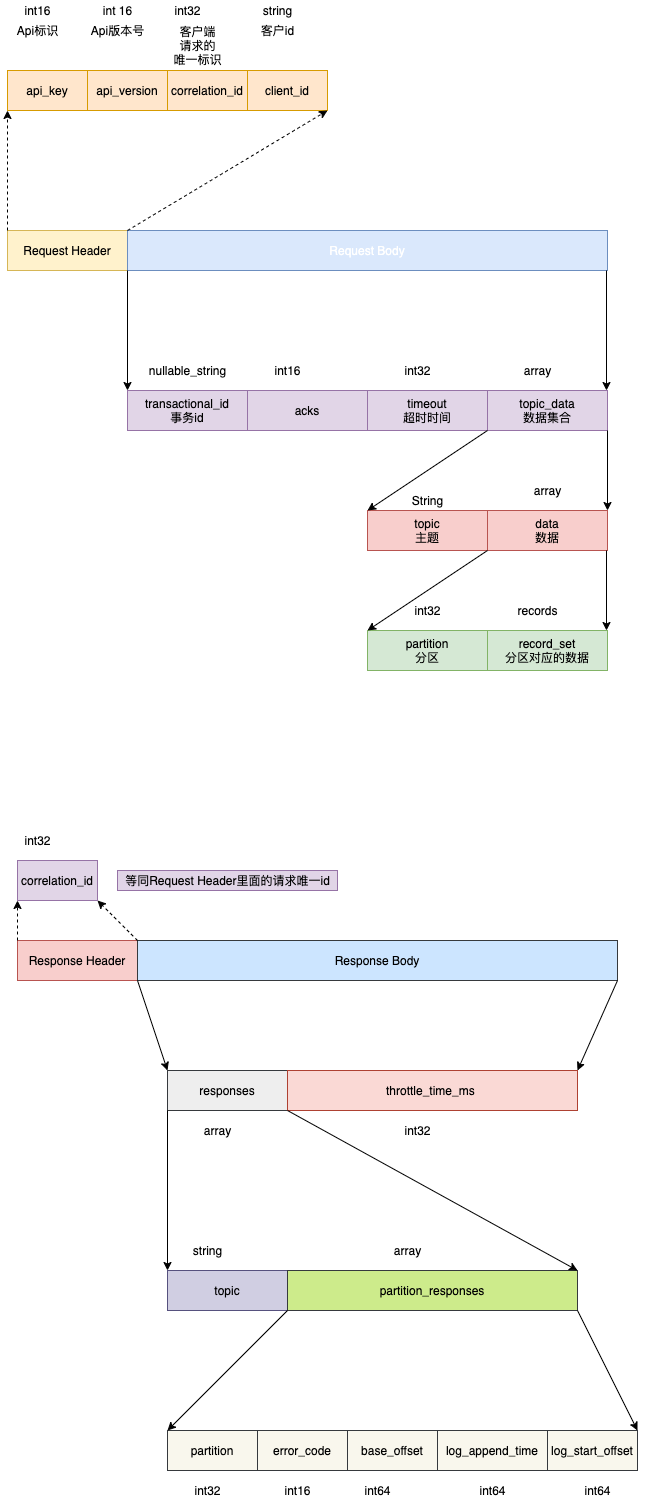
sivanbil/architecthure-diagram keeps this draw.io diagram as kafka/protocol/Request-Response-body-struct.png. Above is the earlier version. Source tidied: cells renumbered, new cells last; positions are measured from the earlier drawing's top-left corner, leaving out a move shared by most shapes.
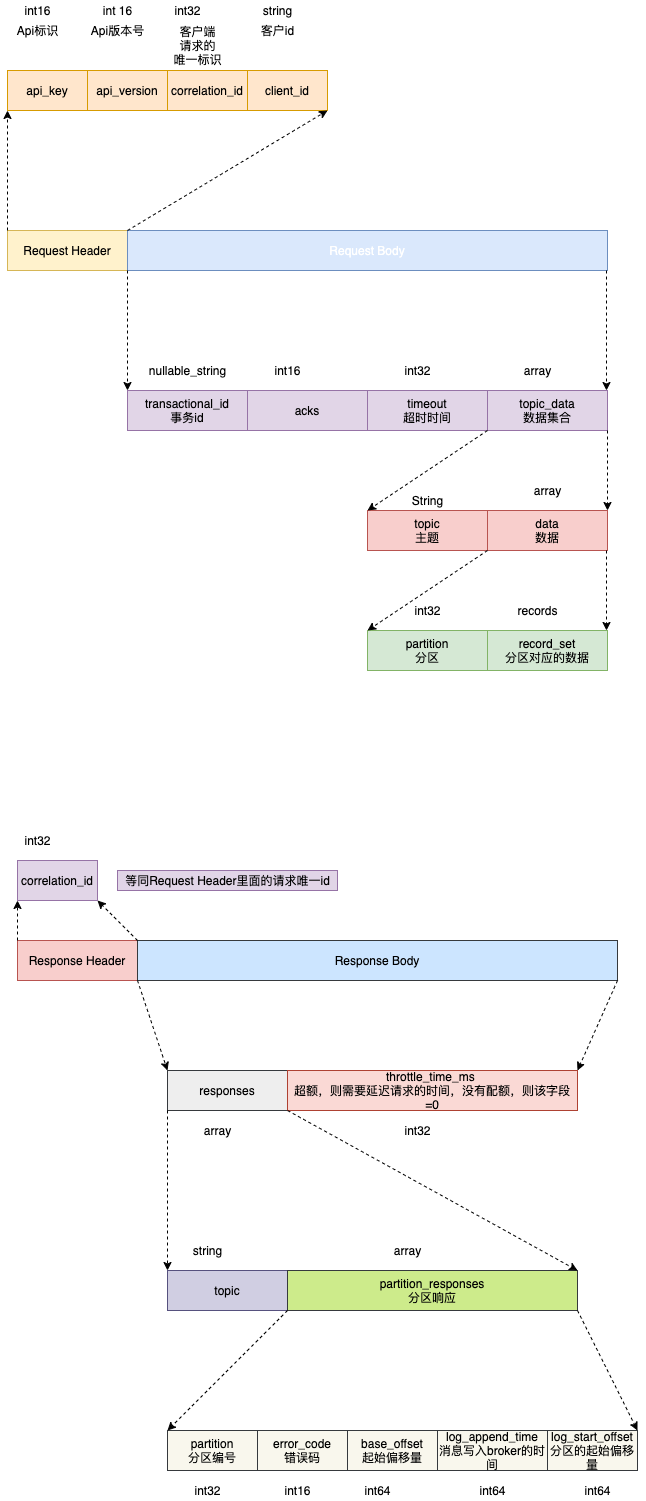
After the change.

The edit, as a diff of the source:
```diff
@@ -91,10 +91,10 @@
     <mxCell id="30" value="data&lt;br&gt;数据" style="rounded=0;whiteSpace=wrap;html=1;fillColor=#f8cecc;strokeColor=#b85450;" parent="1" vertex="1">
       <mxGeometry x="480" y="510" width="120" height="40" as="geometry" />
     </mxCell>
-    <mxCell id="31" style="endArrow=classic;html=1;entryX=0;entryY=0;entryDx=0;entryDy=0;exitX=0;exitY=1;exitDx=0;exitDy=0;" parent="1" edge="1" source="28" target="29">
+    <mxCell id="31" style="endArrow=classic;html=1;entryX=0;entryY=0;entryDx=0;entryDy=0;exitX=0;exitY=1;exitDx=0;exitDy=0;dashed=1;" parent="1" edge="1" source="28" target="29">
       <mxGeometry relative="1" as="geometry" />
     </mxCell>
-    <mxCell id="32" style="endArrow=classic;html=1;exitX=1;exitY=1;exitDx=0;exitDy=0;entryX=1;entryY=0;entryDx=0;entryDy=0;" parent="1" edge="1" source="28" target="30">
+    <mxCell id="32" style="endArrow=classic;html=1;exitX=1;exitY=1;exitDx=0;exitDy=0;entryX=1;entryY=0;entryDx=0;entryDy=0;dashed=1;" parent="1" edge="1" source="28" target="30">
       <mxGeometry relative="1" as="geometry" />
     </mxCell>
     <mxCell id="33" value="partition&lt;br&gt;分区" style="rounded=0;whiteSpace=wrap;html=1;fillColor=#d5e8d4;strokeColor=#82b366;" parent="1" vertex="1">
@@ -103,24 +103,24 @@
     <mxCell id="34" value="record_set&lt;br&gt;分区对应的数据" style="rounded=0;whiteSpace=wrap;html=1;fillColor=#d5e8d4;strokeColor=#82b366;" parent="1" vertex="1">
       <mxGeometry x="480" y="630" width="120" height="40" as="geometry" />
     </mxCell>
-    <mxCell id="35" style="endArrow=classic;html=1;entryX=0;entryY=0;entryDx=0;entryDy=0;exitX=0;exitY=1;exitDx=0;exitDy=0;" parent="1" edge="1">
+    <mxCell id="35" style="endArrow=classic;html=1;entryX=0;entryY=0;entryDx=0;entryDy=0;exitX=0;exitY=1;exitDx=0;exitDy=0;dashed=1;" parent="1" edge="1">
       <mxGeometry relative="1" as="geometry">
         <mxPoint x="480" y="550" as="sourcePoint" />
         <mxPoint x="360" y="630" as="targetPoint" />
       </mxGeometry>
     </mxCell>
-    <mxCell id="36" style="endArrow=classic;html=1;exitX=1;exitY=1;exitDx=0;exitDy=0;entryX=1;entryY=0;entryDx=0;entryDy=0;" parent="1" edge="1">
+    <mxCell id="36" style="endArrow=classic;html=1;exitX=1;exitY=1;exitDx=0;exitDy=0;entryX=1;entryY=0;entryDx=0;entryDy=0;dashed=1;" parent="1" edge="1">
       <mxGeometry relative="1" as="geometry">
         <mxPoint x="599" y="550" as="sourcePoint" />
         <mxPoint x="599" y="630" as="targetPoint" />
       </mxGeometry>
     </mxCell>
-    <mxCell id="37" style="endArrow=classic;html=1;exitX=0;exitY=1;exitDx=0;exitDy=0;" parent="1" edge="1" source="3">
+    <mxCell id="37" style="endArrow=classic;html=1;exitX=0;exitY=1;exitDx=0;exitDy=0;dashed=1;" parent="1" edge="1" source="3">
       <mxGeometry relative="1" as="geometry">
         <mxPoint x="120" y="390" as="targetPoint" />
       </mxGeometry>
     </mxCell>
-    <mxCell id="38" style="endArrow=classic;html=1;exitX=0;exitY=1;exitDx=0;exitDy=0;" parent="1" edge="1">
+    <mxCell id="38" style="endArrow=classic;html=1;exitX=0;exitY=1;exitDx=0;exitDy=0;dashed=1;" parent="1" edge="1">
       <mxGeometry relative="1" as="geometry">
         <mxPoint x="599" y="270" as="sourcePoint" />
         <mxPoint x="599" y="390" as="targetPoint" />
@@ -153,50 +153,50 @@
     <mxCell id="47" value="responses" style="rounded=0;whiteSpace=wrap;html=1;fillColor=#eeeeee;strokeColor=#36393d;" parent="1" vertex="1">
       <mxGeometry x="160" y="1070" width="120" height="40" as="geometry" />
     </mxCell>
-    <mxCell id="48" value="throttle_time_ms&amp;nbsp;" style="rounded=0;whiteSpace=wrap;html=1;fillColor=#fad9d5;strokeColor=#ae4132;" parent="1" vertex="1">
+    <mxCell id="48" value="throttle_time_ms&amp;nbsp;&lt;br&gt;超额，则需要延迟请求的时间，没有配额，则该字段=0" style="rounded=0;whiteSpace=wrap;html=1;fillColor=#fad9d5;strokeColor=#ae4132;" parent="1" vertex="1">
       <mxGeometry x="280" y="1070" width="290" height="40" as="geometry" />
     </mxCell>
     <mxCell id="49" value="topic" style="rounded=0;whiteSpace=wrap;html=1;fillColor=#d0cee2;strokeColor=#56517e;" parent="1" vertex="1">
       <mxGeometry x="160" y="1270" width="120" height="40" as="geometry" />
     </mxCell>
-    <mxCell id="50" value="partition_responses" style="rounded=0;whiteSpace=wrap;html=1;fillColor=#cdeb8b;strokeColor=#36393d;" parent="1" vertex="1">
+    <mxCell id="50" value="partition_responses&lt;br&gt;分区响应" style="rounded=0;whiteSpace=wrap;html=1;fillColor=#cdeb8b;strokeColor=#36393d;" parent="1" vertex="1">
       <mxGeometry x="280" y="1270" width="290" height="40" as="geometry" />
     </mxCell>
-    <mxCell id="51" value="partition" style="rounded=0;whiteSpace=wrap;html=1;fillColor=#f9f7ed;strokeColor=#36393d;" parent="1" vertex="1">
+    <mxCell id="51" value="partition&lt;br&gt;分区编号" style="rounded=0;whiteSpace=wrap;html=1;fillColor=#f9f7ed;strokeColor=#36393d;" parent="1" vertex="1">
       <mxGeometry x="160" y="1430" width="90" height="40" as="geometry" />
     </mxCell>
-    <mxCell id="52" value="error_code" style="rounded=0;whiteSpace=wrap;html=1;fillColor=#f9f7ed;strokeColor=#36393d;" parent="1" vertex="1">
+    <mxCell id="52" value="error_code&lt;br&gt;错误码" style="rounded=0;whiteSpace=wrap;html=1;fillColor=#f9f7ed;strokeColor=#36393d;" parent="1" vertex="1">
       <mxGeometry x="250" y="1430" width="90" height="40" as="geometry" />
     </mxCell>
-    <mxCell id="53" value="base_offset" style="rounded=0;whiteSpace=wrap;html=1;fillColor=#f9f7ed;strokeColor=#36393d;" parent="1" vertex="1">
+    <mxCell id="53" value="base_offset&lt;br&gt;起始偏移量" style="rounded=0;whiteSpace=wrap;html=1;fillColor=#f9f7ed;strokeColor=#36393d;" parent="1" vertex="1">
       <mxGeometry x="340" y="1430" width="90" height="40" as="geometry" />
     </mxCell>
-    <mxCell id="54" value="log_append_time" style="rounded=0;whiteSpace=wrap;html=1;fillColor=#f9f7ed;strokeColor=#36393d;" parent="1" vertex="1">
+    <mxCell id="54" value="log_append_time&lt;br&gt;消息写入broker的时间" style="rounded=0;whiteSpace=wrap;html=1;fillColor=#f9f7ed;strokeColor=#36393d;" parent="1" vertex="1">
       <mxGeometry x="430" y="1430" width="110" height="40" as="geometry" />
     </mxCell>
-    <mxCell id="55" value="log_start_offset" style="rounded=0;whiteSpace=wrap;html=1;fillColor=#f9f7ed;strokeColor=#36393d;" parent="1" vertex="1">
+    <mxCell id="55" value="log_start_offset&lt;br&gt;分区的起始偏移量" style="rounded=0;whiteSpace=wrap;html=1;fillColor=#f9f7ed;strokeColor=#36393d;" parent="1" vertex="1">
       <mxGeometry x="540" y="1430" width="90" height="40" as="geometry" />
     </mxCell>
-    <mxCell id="56" style="endArrow=classic;html=1;entryX=0;entryY=0;entryDx=0;entryDy=0;exitX=0;exitY=1;exitDx=0;exitDy=0;" parent="1" edge="1" source="15" target="47">
+    <mxCell id="56" style="endArrow=classic;html=1;entryX=0;entryY=0;entryDx=0;entryDy=0;exitX=0;exitY=1;exitDx=0;exitDy=0;dashed=1;" parent="1" edge="1" source="15" target="47">
       <mxGeometry relative="1" as="geometry" />
     </mxCell>
-    <mxCell id="57" style="endArrow=classic;html=1;entryX=1;entryY=0;entryDx=0;entryDy=0;exitX=0;exitY=1;exitDx=0;exitDy=0;" parent="1" edge="1" target="48">
+    <mxCell id="57" style="endArrow=classic;html=1;entryX=1;entryY=0;entryDx=0;entryDy=0;exitX=0;exitY=1;exitDx=0;exitDy=0;dashed=1;" parent="1" edge="1" target="48">
       <mxGeometry relative="1" as="geometry">
         <mxPoint x="610" y="980" as="sourcePoint" />
       </mxGeometry>
     </mxCell>
-    <mxCell id="58" style="endArrow=classic;html=1;entryX=0;entryY=0;entryDx=0;entryDy=0;exitX=0;exitY=1;exitDx=0;exitDy=0;" parent="1" edge="1" source="47" target="49">
+    <mxCell id="58" style="endArrow=classic;html=1;entryX=0;entryY=0;entryDx=0;entryDy=0;exitX=0;exitY=1;exitDx=0;exitDy=0;dashed=1;" parent="1" edge="1" source="47" target="49">
       <mxGeometry relative="1" as="geometry" />
     </mxCell>
-    <mxCell id="59" style="endArrow=classic;html=1;entryX=1;entryY=0;entryDx=0;entryDy=0;exitX=1;exitY=1;exitDx=0;exitDy=0;" parent="1" edge="1" source="47" target="50">
+    <mxCell id="59" style="endArrow=classic;html=1;entryX=1;entryY=0;entryDx=0;entryDy=0;exitX=1;exitY=1;exitDx=0;exitDy=0;dashed=1;" parent="1" edge="1" source="47" target="50">
       <mxGeometry relative="1" as="geometry" />
     </mxCell>
-    <mxCell id="60" style="endArrow=classic;html=1;entryX=0;entryY=0;entryDx=0;entryDy=0;exitX=0;exitY=1;exitDx=0;exitDy=0;" parent="1" edge="1" target="51">
+    <mxCell id="60" style="endArrow=classic;html=1;entryX=0;entryY=0;entryDx=0;entryDy=0;exitX=0;exitY=1;exitDx=0;exitDy=0;dashed=1;" parent="1" edge="1" target="51">
       <mxGeometry relative="1" as="geometry">
         <mxPoint x="280" y="1310" as="sourcePoint" />
       </mxGeometry>
     </mxCell>
-    <mxCell id="61" style="endArrow=classic;html=1;entryX=1;entryY=0;entryDx=0;entryDy=0;exitX=0;exitY=1;exitDx=0;exitDy=0;" parent="1" edge="1" target="55">
+    <mxCell id="61" style="endArrow=classic;html=1;entryX=1;entryY=0;entryDx=0;entryDy=0;exitX=0;exitY=1;exitDx=0;exitDy=0;dashed=1;" parent="1" edge="1" target="55">
       <mxGeometry relative="1" as="geometry">
         <mxPoint x="570" y="1310" as="sourcePoint" />
       </mxGeometry>
```
